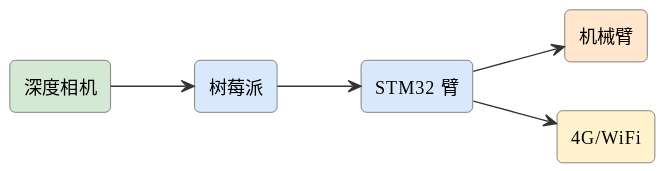
Before: assets/diagrams/ideas-fig20.svg, a diagram exported from PlantUML (mingyi0818/IntelligentMcuCourse).
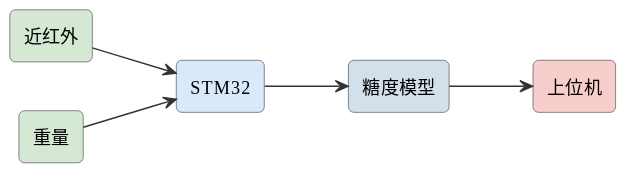
After the commit.

What changed in the source:
```diff
@@ -6,13 +6,13 @@
 skinparam arrowFontSize 11
 skinparam arrowColor #333
 left to right direction
-rectangle "深度相机" as cam #d5e8d4
-rectangle "树莓派" as pi #dae8fc
-rectangle "STM32 臂" as stm #dae8fc
-rectangle "机械臂" as arm #ffe6cc
-rectangle "4G/WiFi" as net #fff2cc
-cam --> pi
-pi --> stm
-stm --> arm
-stm --> net
+rectangle "近红外" as nir #d5e8d4
+rectangle "重量" as w #d5e8d4
+rectangle "STM32" as stm #dae8fc
+rectangle "糖度模型" as ai #d3e0ea
+rectangle "上位机" as pc #f8cecc
+nir --> stm
+w --> stm
+stm --> ai
+ai --> pc
 @enduml
```
